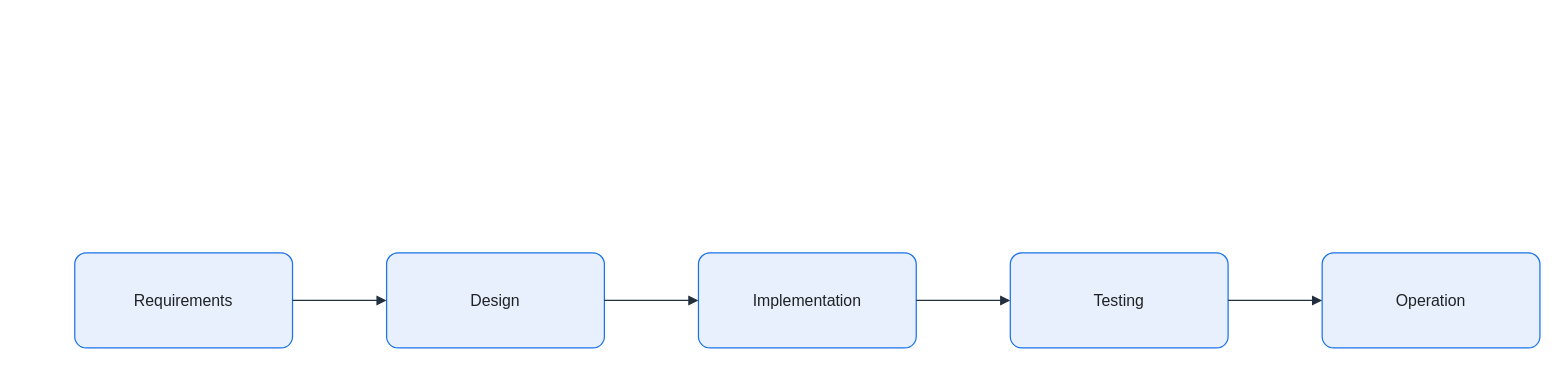
KKamJi98/kkamji98.github.io keeps this draw.io diagram as assets/img/software-engineering/software-life-cycle.drawio. Above is the earlier version. Source tidied: cells renumbered, new cells numbered last; positions are measured from the earlier drawing's top-left corner, leaving out a move shared by most shapes. Both pictures are drawn from the tidied source at 99%, with x=0, y=0 at pixel (74, 252).
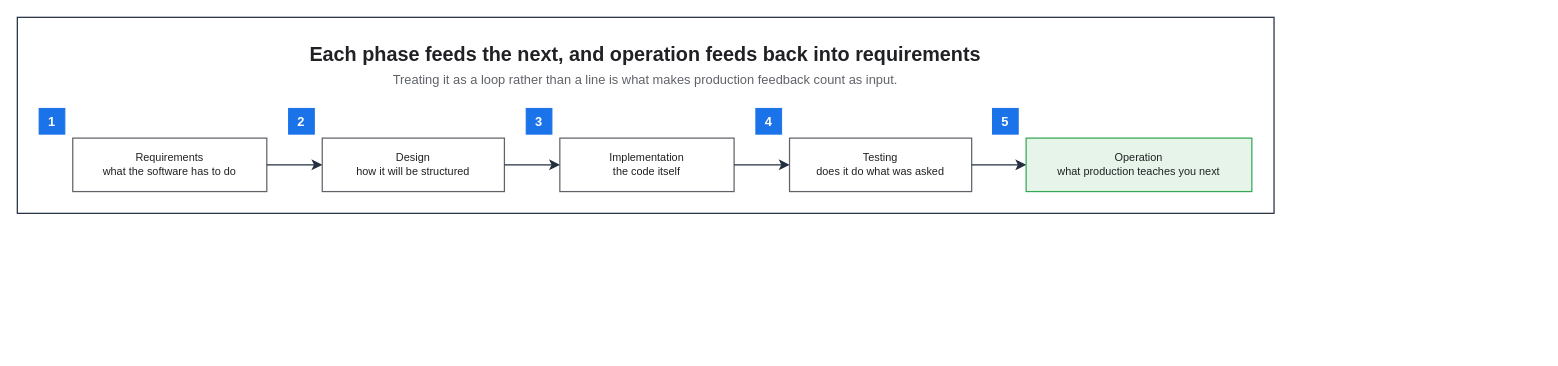
Above is the later version.

The edit, as a diff of the source:
```diff
@@
 <mxGraphModel background="#FFFFFF">
   <root>
     <mxCell id="0" />
     <mxCell id="1" parent="0" />
-    <mxCell id="2" value="Requirements" style="rounded=1;arcSize=12;whiteSpace=wrap;html=0;fillColor=#E8F0FE;strokeColor=#1A73E8;strokeWidth=1.25;fontColor=#202124;fontSize=16;align=center;verticalAlign=middle;spacing=8;shadow=0;" parent="1" vertex="1">
-      <mxGeometry width="220" height="96" as="geometry" />
-    </mxCell>
-    <mxCell id="3" value="Design" style="rounded=1;arcSize=12;whiteSpace=wrap;html=0;fillColor=#E8F0FE;strokeColor=#1A73E8;strokeWidth=1.25;fontColor=#202124;fontSize=16;align=center;verticalAlign=middle;spacing=8;shadow=0;" parent="1" vertex="1">
-      <mxGeometry x="315" width="220" height="96" as="geometry" />
-    </mxCell>
-    <mxCell id="4" value="Implementation" style="rounded=1;arcSize=12;whiteSpace=wrap;html=0;fillColor=#E8F0FE;strokeColor=#1A73E8;strokeWidth=1.25;fontColor=#202124;fontSize=16;align=center;verticalAlign=middle;spacing=8;shadow=0;" parent="1" vertex="1">
-      <mxGeometry x="630" width="220" height="96" as="geometry" />
-    </mxCell>
-    <mxCell id="5" value="Testing" style="rounded=1;arcSize=12;whiteSpace=wrap;html=0;fillColor=#E8F0FE;strokeColor=#1A73E8;strokeWidth=1.25;fontColor=#202124;fontSize=16;align=center;verticalAlign=middle;spacing=8;shadow=0;" parent="1" vertex="1">
-      <mxGeometry x="945" width="220" height="96" as="geometry" />
-    </mxCell>
-    <mxCell id="6" value="Operation" style="rounded=1;arcSize=12;whiteSpace=wrap;html=0;fillColor=#E8F0FE;strokeColor=#1A73E8;strokeWidth=1.25;fontColor=#202124;fontSize=16;align=center;verticalAlign=middle;spacing=8;shadow=0;" parent="1" vertex="1">
-      <mxGeometry x="1260" width="220" height="96" as="geometry" />
-    </mxCell>
-    <mxCell id="7" style="edgeStyle=orthogonalEdgeStyle;rounded=0;jettySize=auto;html=0;endArrow=block;endFill=1;strokeColor=#232F3E;strokeWidth=1.25;fontColor=#202124;labelBackgroundColor=none;exitX=1;exitY=0.5;exitDx=0;exitDy=0;entryX=0;entryY=0.5;entryDx=0;entryDy=0;endSize=7;" parent="1" edge="1" source="2" target="3">
-      <mxGeometry relative="1" as="geometry" />
-    </mxCell>
-    <mxCell id="8" style="edgeStyle=orthogonalEdgeStyle;rounded=0;jettySize=auto;html=0;endArrow=block;endFill=1;strokeColor=#232F3E;strokeWidth=1.25;fontColor=#202124;labelBackgroundColor=none;exitX=1;exitY=0.5;exitDx=0;exitDy=0;entryX=0;entryY=0.5;entryDx=0;entryDy=0;endSize=7;" parent="1" edge="1" source="3" target="4">
-      <mxGeometry relative="1" as="geometry" />
-    </mxCell>
-    <mxCell id="9" style="edgeStyle=orthogonalEdgeStyle;rounded=0;jettySize=auto;html=0;endArrow=block;endFill=1;strokeColor=#232F3E;strokeWidth=1.25;fontColor=#202124;labelBackgroundColor=none;exitX=1;exitY=0.5;exitDx=0;exitDy=0;entryX=0;entryY=0.5;entryDx=0;entryDy=0;endSize=7;" parent="1" edge="1" source="4" target="5">
-      <mxGeometry relative="1" as="geometry" />
-    </mxCell>
-    <mxCell id="10" style="edgeStyle=orthogonalEdgeStyle;rounded=0;jettySize=auto;html=0;endArrow=block;endFill=1;strokeColor=#232F3E;strokeWidth=1.25;fontColor=#202124;labelBackgroundColor=none;exitX=1;exitY=0.5;exitDx=0;exitDy=0;entryX=0;entryY=0.5;entryDx=0;entryDy=0;endSize=7;" parent="1" edge="1" source="5" target="6">
-      <mxGeometry relative="1" as="geometry" />
-    </mxCell>
+    <mxCell id="11" style="rounded=0;html=0;fillColor=none;strokeColor=#232F3E;fontColor=#202124;strokeWidth=1.25;" parent="1" vertex="1">
+      <mxGeometry x="-58" y="-238" width="1269.4" height="198" as="geometry" />
+    </mxCell>
+    <mxCell id="12" value="Each phase feeds the next, and operation feeds back into requirements" style="text;html=0;whiteSpace=wrap;fillColor=none;strokeColor=none;fontColor=#202124;fontSize=20;fontStyle=1;align=center;verticalAlign=middle;" parent="1" vertex="1">
+      <mxGeometry x="-36" y="-216" width="1225.4" height="30" as="geometry" />
+    </mxCell>
+    <mxCell id="13" value="Treating it as a loop rather than a line is what makes production feedback count as input." style="text;html=0;whiteSpace=wrap;fillColor=none;strokeColor=none;fontColor=#5F6368;fontSize=13;fontStyle=0;align=center;verticalAlign=middle;" parent="1" vertex="1">
+      <mxGeometry x="-36" y="-186" width="1225.4" height="22" as="geometry" />
+    </mxCell>
+    <mxCell id="14" value="Requirements&#10;what the software has to do" style="rounded=0;whiteSpace=wrap;html=0;fillColor=#FFFFFF;strokeColor=#5F6368;fontColor=#202124;fontSize=11;fontStyle=0;align=center;verticalAlign=middle;spacingLeft=6;spacingRight=6;strokeWidth=1.25;" parent="1" vertex="1">
+      <mxGeometry x="-2" y="-116" width="196" height="54" as="geometry" />
+    </mxCell>
+    <mxCell id="15" value="Design&#10;how it will be structured" style="rounded=0;whiteSpace=wrap;html=0;fillColor=#FFFFFF;strokeColor=#5F6368;fontColor=#202124;fontSize=11;fontStyle=0;align=center;verticalAlign=middle;spacingLeft=6;spacingRight=6;strokeWidth=1.25;" parent="1" vertex="1">
+      <mxGeometry x="250" y="-116" width="184" height="54" as="geometry" />
+    </mxCell>
+    <mxCell id="16" value="Implementation&#10;the code itself" style="rounded=0;whiteSpace=wrap;html=0;fillColor=#FFFFFF;strokeColor=#5F6368;fontColor=#202124;fontSize=11;fontStyle=0;align=center;verticalAlign=middle;spacingLeft=6;spacingRight=6;strokeWidth=1.25;" parent="1" vertex="1">
+      <mxGeometry x="490" y="-116" width="176" height="54" as="geometry" />
+    </mxCell>
+    <mxCell id="17" value="Testing&#10;does it do what was asked" style="rounded=0;whiteSpace=wrap;html=0;fillColor=#FFFFFF;strokeColor=#5F6368;fontColor=#202124;fontSize=11;fontStyle=0;align=center;verticalAlign=middle;spacingLeft=6;spacingRight=6;strokeWidth=1.25;" parent="1" vertex="1">
+      <mxGeometry x="722" y="-116" width="184" height="54" as="geometry" />
+    </mxCell>
+    <mxCell id="18" value="Operation&#10;what production teaches you next" style="rounded=0;whiteSpace=wrap;html=0;fillColor=#E6F4EA;strokeColor=#34A853;fontColor=#202124;fontSize=11;fontStyle=0;align=center;verticalAlign=middle;spacingLeft=6;spacingRight=6;strokeWidth=1.25;" parent="1" vertex="1">
+      <mxGeometry x="961" y="-116" width="228" height="54" as="geometry" />
+    </mxCell>
+    <mxCell id="19" value="1" style="rounded=0;whiteSpace=wrap;html=0;fillColor=#1A73E8;strokeColor=#1A73E8;fontColor=#FFFFFF;fontSize=13;fontStyle=1;align=center;verticalAlign=middle;" parent="1" vertex="1">
+      <mxGeometry x="-36" y="-146" width="26" height="26" as="geometry" />
+    </mxCell>
+    <mxCell id="20" value="2" style="rounded=0;whiteSpace=wrap;html=0;fillColor=#1A73E8;strokeColor=#1A73E8;fontColor=#FFFFFF;fontSize=13;fontStyle=1;align=center;verticalAlign=middle;" parent="1" vertex="1">
+      <mxGeometry x="216" y="-146" width="26" height="26" as="geometry" />
+    </mxCell>
+    <mxCell id="21" value="3" style="rounded=0;whiteSpace=wrap;html=0;fillColor=#1A73E8;strokeColor=#1A73E8;fontColor=#FFFFFF;fontSize=13;fontStyle=1;align=center;verticalAlign=middle;" parent="1" vertex="1">
+      <mxGeometry x="456" y="-146" width="26" height="26" as="geometry" />
+    </mxCell>
+    <mxCell id="22" value="4" style="rounded=0;whiteSpace=wrap;html=0;fillColor=#1A73E8;strokeColor=#1A73E8;fontColor=#FFFFFF;fontSize=13;fontStyle=1;align=center;verticalAlign=middle;" parent="1" vertex="1">
+      <mxGeometry x="688" y="-146" width="26" height="26" as="geometry" />
+    </mxCell>
+    <mxCell id="23" value="5" style="rounded=0;whiteSpace=wrap;html=0;fillColor=#1A73E8;strokeColor=#1A73E8;fontColor=#FFFFFF;fontSize=13;fontStyle=1;align=center;verticalAlign=middle;" parent="1" vertex="1">
+      <mxGeometry x="927" y="-146" width="26" height="26" as="geometry" />
+    </mxCell>
+    <mxCell id="24" style="edgeStyle=orthogonalEdgeStyle;rounded=0;html=0;strokeColor=#232F3E;strokeWidth=1.25;endArrow=classic;endFill=1;endSize=7;fontSize=11;fontColor=#202124;labelBackgroundColor=none;jettySize=14;exitX=1;exitY=0.5;entryX=0;entryY=0.5;exitDx=0;exitDy=0;entryDx=0;entryDy=0;" parent="1" edge="1" source="14" target="15">
+      <mxGeometry relative="1" as="geometry" />
+    </mxCell>
+    <mxCell id="25" style="edgeStyle=orthogonalEdgeStyle;rounded=0;html=0;strokeColor=#232F3E;strokeWidth=1.25;endArrow=classic;endFill=1;endSize=7;fontSize=11;fontColor=#202124;labelBackgroundColor=none;jettySize=14;exitX=1;exitY=0.5;entryX=0;entryY=0.5;exitDx=0;exitDy=0;entryDx=0;entryDy=0;" parent="1" edge="1" source="15" target="16">
+      <mxGeometry relative="1" as="geometry" />
+    </mxCell>
+    <mxCell id="26" style="edgeStyle=orthogonalEdgeStyle;rounded=0;html=0;strokeColor=#232F3E;strokeWidth=1.25;endArrow=classic;endFill=1;endSize=7;fontSize=11;fontColor=#202124;labelBackgroundColor=none;jettySize=14;exitX=1;exitY=0.5;entryX=0;entryY=0.5;exitDx=0;exitDy=0;entryDx=0;entryDy=0;" parent="1" edge="1" source="16" target="17">
+      <mxGeometry relative="1" as="geometry" />
+    </mxCell>
+    <mxCell id="27" style="edgeStyle=orthogonalEdgeStyle;rounded=0;html=0;strokeColor=#232F3E;strokeWidth=1.25;endArrow=classic;endFill=1;endSize=7;fontSize=11;fontColor=#202124;labelBackgroundColor=none;jettySize=14;exitX=1;exitY=0.5;entryX=0;entryY=0.5;exitDx=0;exitDy=0;entryDx=0;entryDy=0;" parent="1" edge="1" source="17" target="18">
+      <mxGeometry relative="1" as="geometry" />
+    </mxCell>
   </root>
 </mxGraphModel>
```
